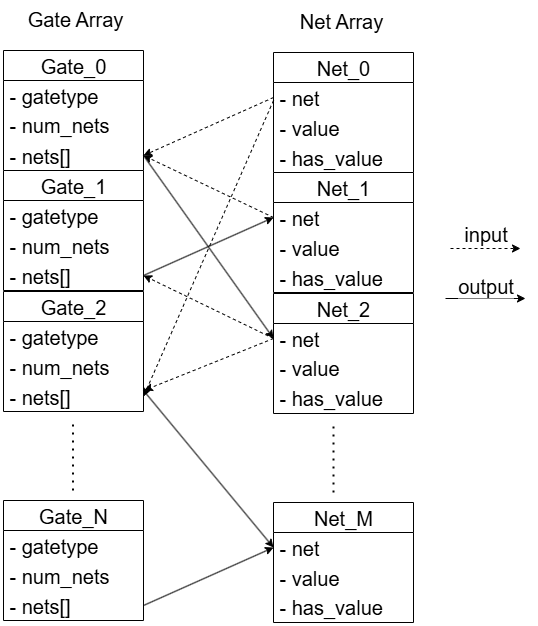
Above: images/data_structure.png in 1102131860/ECE6140 (draw.io), before the change. Source tidied: cells renumbered, new cells last; positions are measured from the earlier drawing's top-left corner, leaving out a move shared by most shapes.
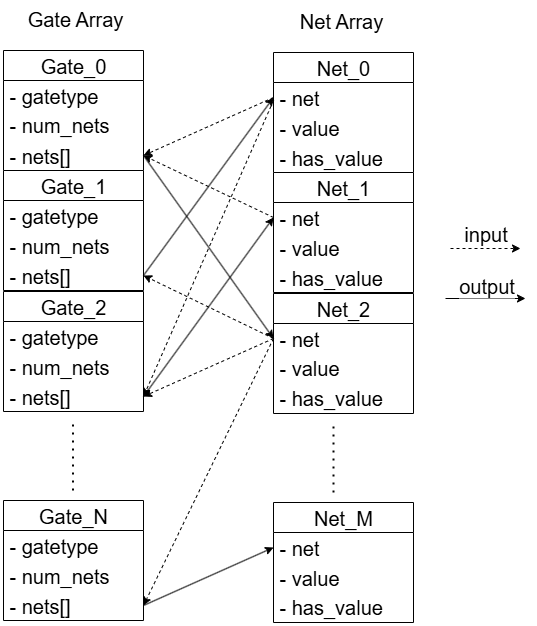
The same diagram one commit later.

The edit, as a diff of the source:
```diff
@@ -122,7 +122,7 @@
     <mxCell id="39" style="endArrow=classic;html=1;rounded=0;exitX=0;exitY=0.5;exitDx=0;exitDy=0;entryX=1;entryY=0.5;entryDx=0;entryDy=0;dashed=1;fontSize=20;" parent="1" edge="1" source="19" target="9">
       <mxGeometry relative="1" as="geometry" />
     </mxCell>
-    <mxCell id="40" style="endArrow=classic;html=1;rounded=0;exitX=1;exitY=0.5;exitDx=0;exitDy=0;entryX=0;entryY=0.5;entryDx=0;entryDy=0;fontSize=20;" parent="1" edge="1" source="9" target="15">
+    <mxCell id="40" style="endArrow=classic;html=1;rounded=0;exitX=1;exitY=0.5;exitDx=0;exitDy=0;entryX=0;entryY=0.5;entryDx=0;entryDy=0;fontSize=20;" parent="1" edge="1" source="9" target="11">
       <mxGeometry relative="1" as="geometry" />
     </mxCell>
     <mxCell id="41" style="endArrow=classic;html=1;rounded=0;entryX=1;entryY=0.5;entryDx=0;entryDy=0;dashed=1;fontSize=20;" parent="1" edge="1" target="30">
@@ -130,14 +130,9 @@
         <mxPoint x="270" y="97" as="sourcePoint" />
       </mxGeometry>
     </mxCell>
-    <mxCell id="42" style="endArrow=classic;html=1;rounded=0;entryX=0;entryY=0.5;entryDx=0;entryDy=0;fontSize=20;" parent="1" edge="1" target="23">
-      <mxGeometry relative="1" as="geometry">
-        <mxPoint x="140" y="387" as="sourcePoint" />
-      </mxGeometry>
+    <mxCell id="42" style="endArrow=classic;html=1;rounded=0;fontSize=20;entryX=0;entryY=0.5;entryDx=0;entryDy=0;exitX=1;exitY=0.5;exitDx=0;exitDy=0;" parent="1" edge="1" source="30" target="15">
+      <mxGeometry relative="1" as="geometry" />
     </mxCell>
-    <mxCell id="43" style="endArrow=classic;html=1;rounded=0;exitX=0;exitY=0.5;exitDx=0;exitDy=0;entryX=1.006;entryY=0.293;entryDx=0;entryDy=0;entryPerimeter=0;dashed=1;fontSize=20;" parent="1" edge="1" source="19" target="30">
-      <mxGeometry relative="1" as="geometry" />
-    </mxCell>
     <mxCell id="44" style="endArrow=classic;html=1;rounded=0;exitX=1;exitY=0.5;exitDx=0;exitDy=0;entryX=0;entryY=0.5;entryDx=0;entryDy=0;fontSize=20;" parent="1" edge="1" source="34" target="23">
       <mxGeometry relative="1" as="geometry" />
     </mxCell>
@@ -169,5 +164,11 @@
         <mxPoint y="-14" as="offset" />
       </mxGeometry>
     </mxCell>
+    <mxCell id="51" style="endArrow=classic;html=1;rounded=0;entryX=1;entryY=0.5;entryDx=0;entryDy=0;exitX=0;exitY=0.5;exitDx=0;exitDy=0;dashed=1;" parent="1" edge="1" source="19" target="34">
+      <mxGeometry relative="1" as="geometry" />
+    </mxCell>
+    <mxCell id="43" style="endArrow=classic;html=1;rounded=0;exitX=0;exitY=0.5;exitDx=0;exitDy=0;entryX=1;entryY=0.5;entryDx=0;entryDy=0;dashed=1;" parent="1" edge="1" source="19" target="30">
+      <mxGeometry relative="1" as="geometry" />
+    </mxCell>
   </root>
 </mxGraphModel>
```
